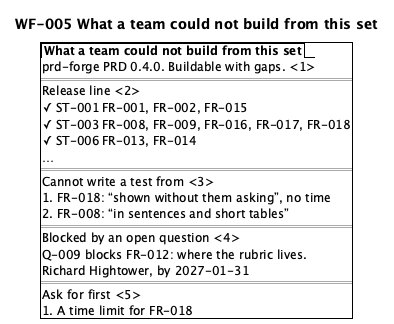
Earlier version of the PlantUML export docs/prd/prd-forge/diagrams/WF-005.png (SpillwaveSolutions/prd-forge).
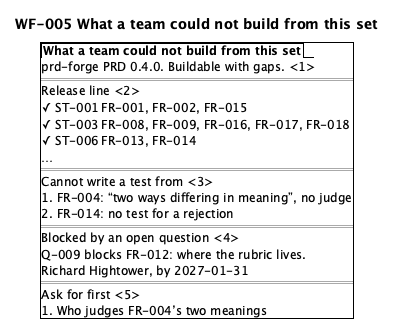
After the commit.

Diff of the diagram source:
```diff
@@ -13,14 +13,14 @@
   …
   ==
   Cannot write a test from <3>
-  1. FR-018: “shown without them asking”, no time
-  2. FR-008: “in sentences and short tables”
+  1. FR-004: “two ways differing in meaning”, no judge
+  2. FR-014: no test for a rejection
   ==
   Blocked by an open question <4>
   Q-009 blocks FR-012: where the rubric lives.
   Richard Hightower, by 2027-01-31
   ==
   Ask for first <5>
-  1. A time limit for FR-018
+  1. Who judges FR-004’s two meanings
 }
 @endsalt
```
